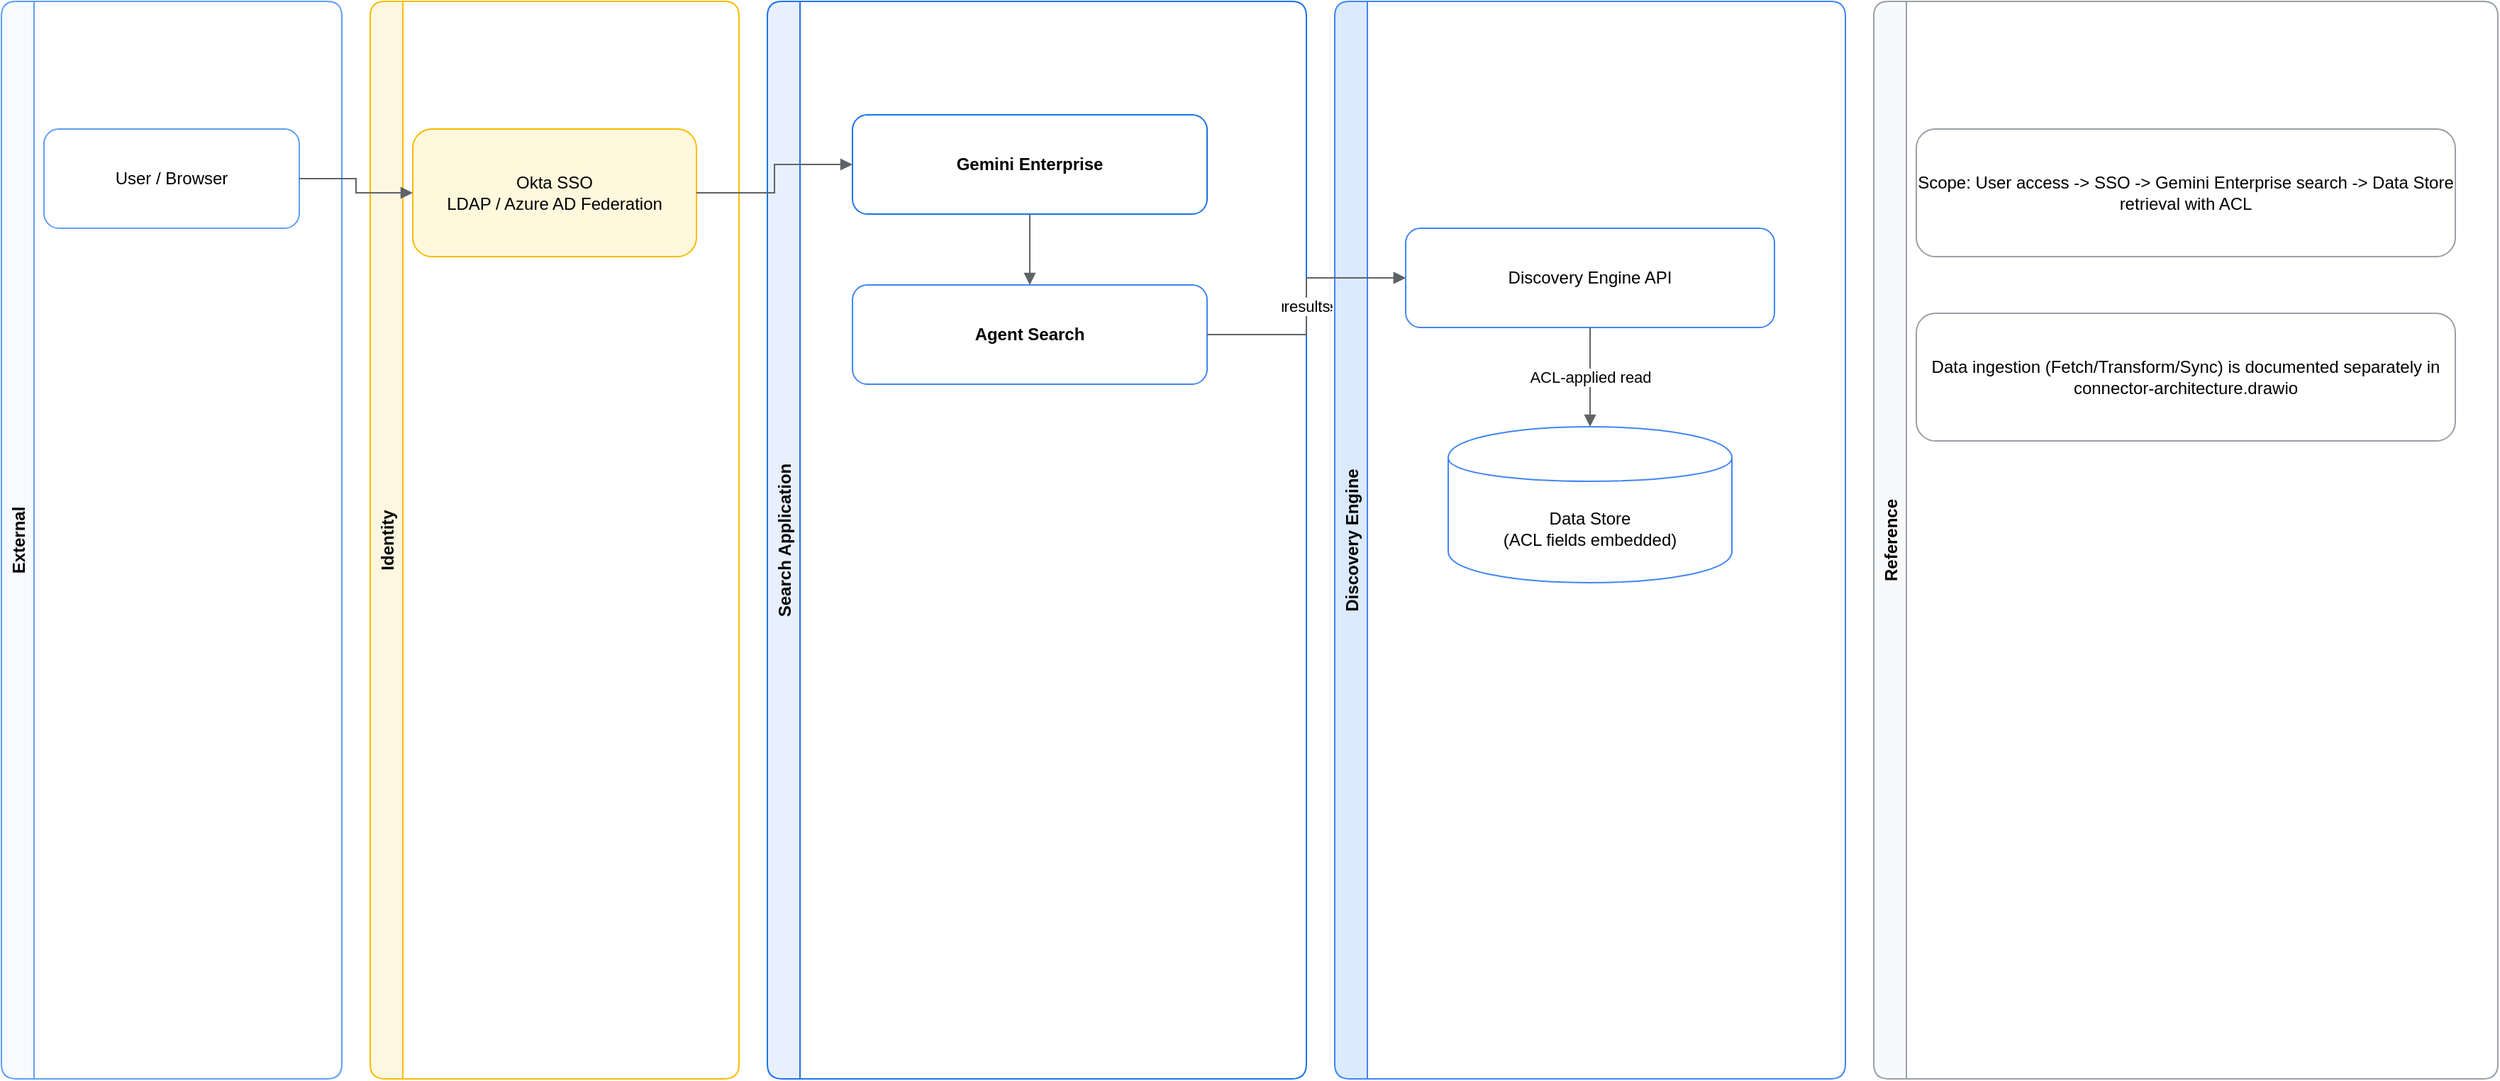
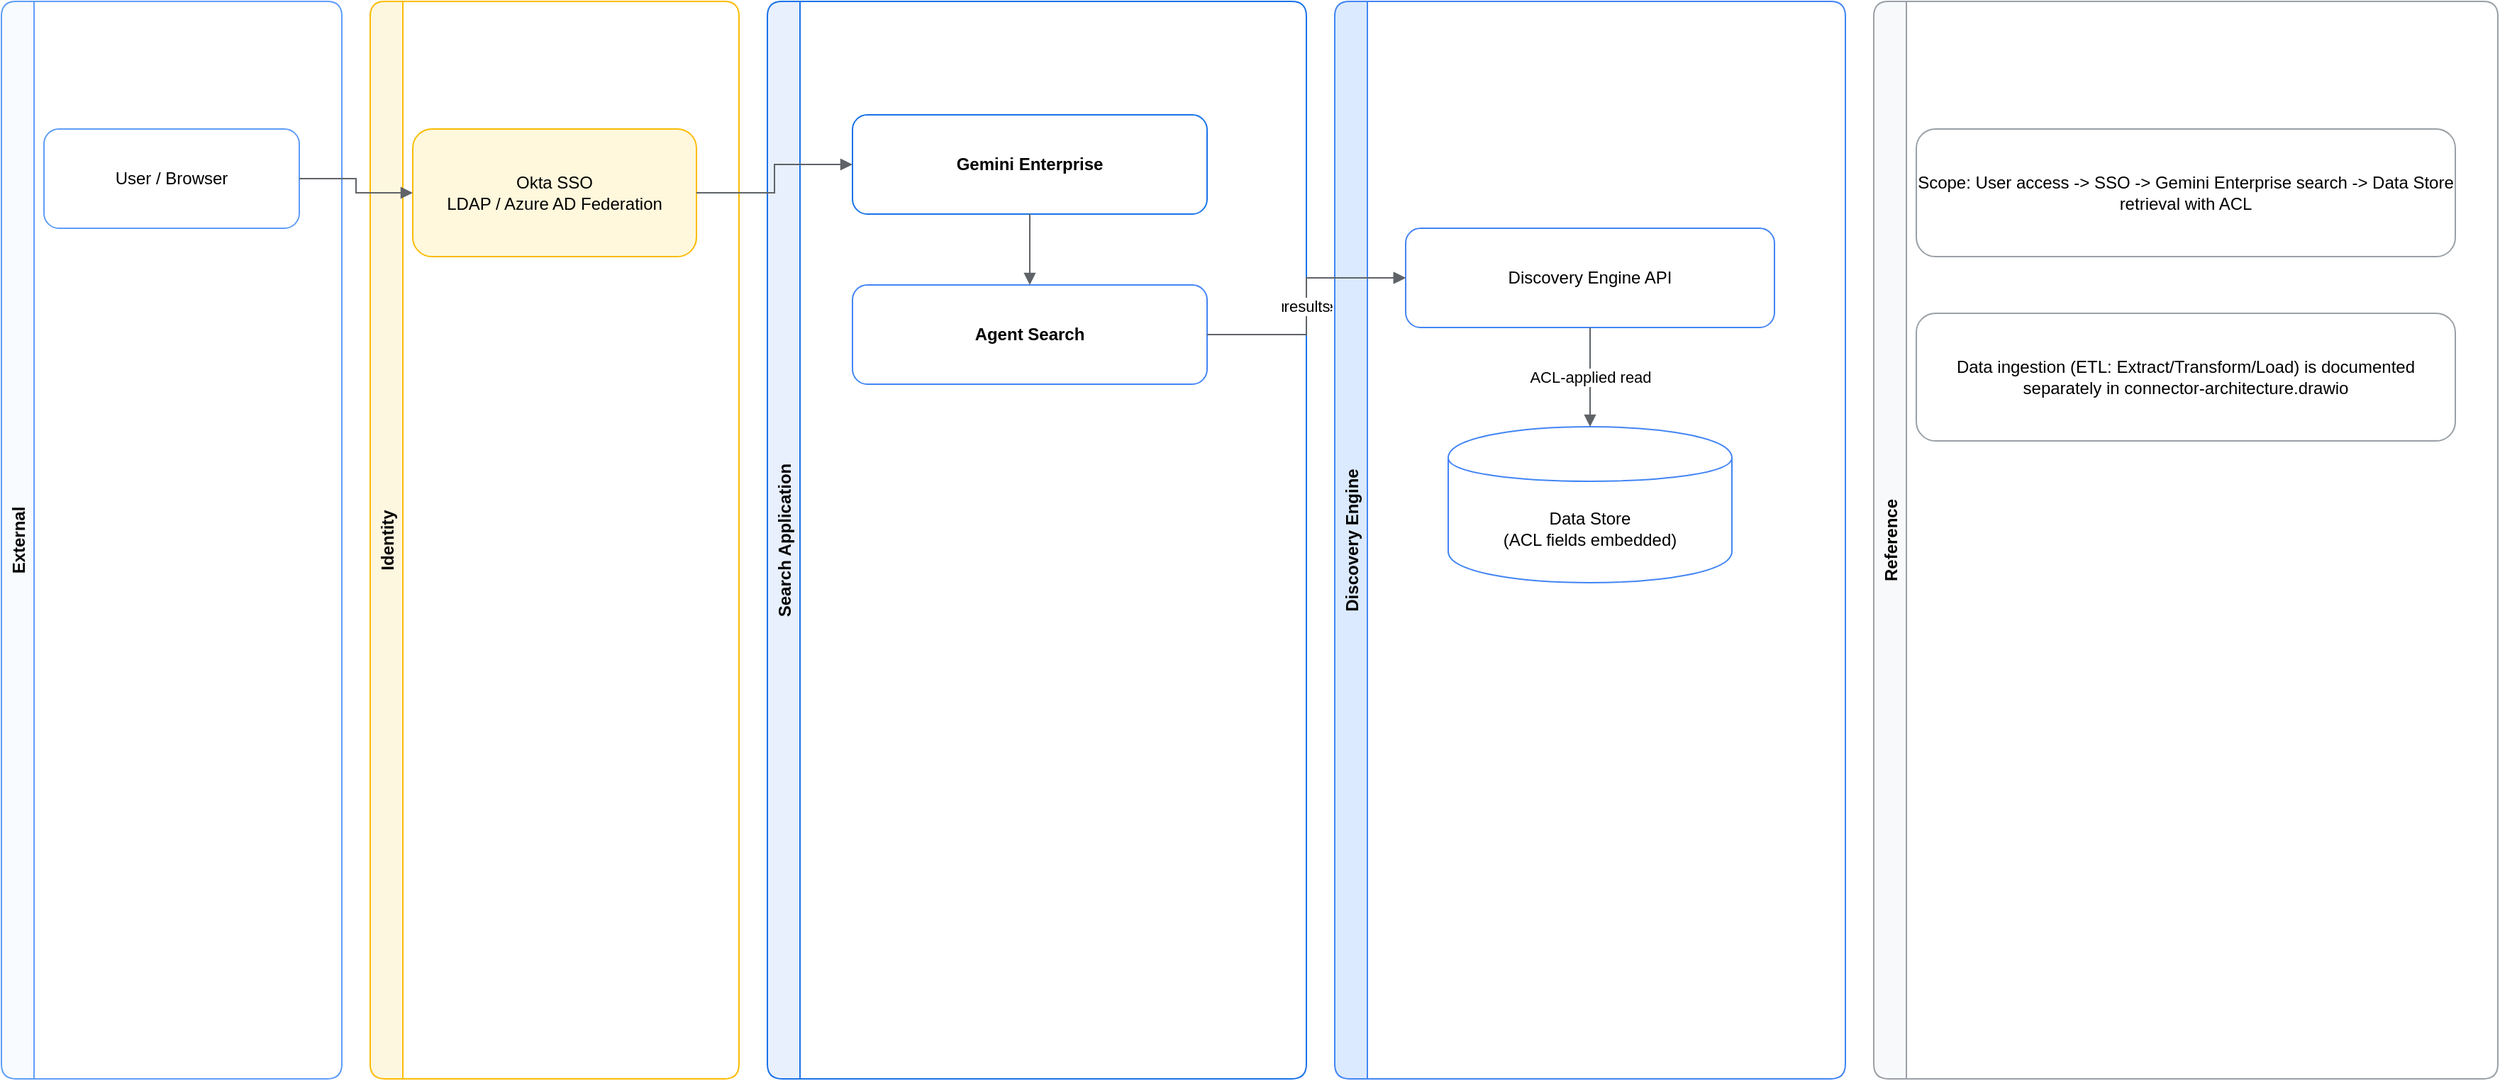
<mxfile host="app.diagrams.net" modified="2026-07-12T00:00:00.000Z" agent="Copilot" version="24.7.0" type="device">
  <diagram id="overall-arch" name="Overall Architecture">
    <mxGraphModel dx="1600" dy="1000" grid="1" gridSize="10" guides="1" tooltips="1" connect="1" arrows="1" fold="1" page="1" pageScale="1" pageWidth="1800" pageHeight="1000" math="0" shadow="0">
      <root>
        <mxCell id="0"/>
        <mxCell id="1" parent="0"/>

        <mxCell id="lane-ext" value="External" style="swimlane;horizontal=0;rounded=1;fillColor=#f8fbff;strokeColor=#5f9df7;fontStyle=1;" vertex="1" parent="1">
          <mxGeometry x="20" y="80" width="240" height="760" as="geometry"/>
        </mxCell>
        <mxCell id="lane-idp" value="Identity" style="swimlane;horizontal=0;rounded=1;fillColor=#fef7e0;strokeColor=#fbbc04;fontStyle=1;" vertex="1" parent="1">
          <mxGeometry x="280" y="80" width="260" height="760" as="geometry"/>
        </mxCell>
        <mxCell id="lane-search" value="Search Application" style="swimlane;horizontal=0;rounded=1;fillColor=#e8f0fe;strokeColor=#1a73e8;fontStyle=1;" vertex="1" parent="1">
          <mxGeometry x="560" y="80" width="380" height="760" as="geometry"/>
        </mxCell>
        <mxCell id="lane-data" value="Discovery Engine" style="swimlane;horizontal=0;rounded=1;fillColor=#dbeafe;strokeColor=#4285f4;fontStyle=1;" vertex="1" parent="1">
          <mxGeometry x="960" y="80" width="360" height="760" as="geometry"/>
        </mxCell>
        <mxCell id="lane-note" value="Reference" style="swimlane;horizontal=0;rounded=1;fillColor=#f8f9fa;strokeColor=#9aa0a6;fontStyle=1;" vertex="1" parent="1">
          <mxGeometry x="1340" y="80" width="440" height="760" as="geometry"/>
        </mxCell>

        <mxCell id="user" value="User / Browser" style="rounded=1;whiteSpace=wrap;html=1;fillColor=#ffffff;strokeColor=#5f9df7;" vertex="1" parent="1">
          <mxGeometry x="50" y="170" width="180" height="70" as="geometry"/>
        </mxCell>
        <mxCell id="okta" value="Okta SSO&#xa;LDAP / Azure AD Federation" style="rounded=1;whiteSpace=wrap;html=1;fillColor=#fff8dc;strokeColor=#fbbc04;" vertex="1" parent="1">
          <mxGeometry x="310" y="170" width="200" height="90" as="geometry"/>
        </mxCell>
        <mxCell id="gemini" value="Gemini Enterprise" style="rounded=1;whiteSpace=wrap;html=1;fillColor=#ffffff;strokeColor=#1a73e8;fontStyle=1;" vertex="1" parent="1">
          <mxGeometry x="620" y="160" width="250" height="70" as="geometry"/>
        </mxCell>
        <mxCell id="agent" value="Agent Search" style="rounded=1;whiteSpace=wrap;html=1;fillColor=#ffffff;strokeColor=#4285f4;fontStyle=1;" vertex="1" parent="1">
          <mxGeometry x="620" y="280" width="250" height="70" as="geometry"/>
        </mxCell>
        <mxCell id="deapi" value="Discovery Engine API" style="rounded=1;whiteSpace=wrap;html=1;fillColor=#ffffff;strokeColor=#4285f4;" vertex="1" parent="1">
          <mxGeometry x="1010" y="240" width="260" height="70" as="geometry"/>
        </mxCell>
        <mxCell id="datastore" value="Data Store&#xa;(ACL fields embedded)" style="shape=cylinder;whiteSpace=wrap;html=1;boundedLbl=1;fillColor=#ffffff;strokeColor=#4285f4;" vertex="1" parent="1">
          <mxGeometry x="1040" y="380" width="200" height="110" as="geometry"/>
        </mxCell>

        <mxCell id="note1" value="Scope: User access -&gt; SSO -&gt; Gemini Enterprise search -&gt; Data Store retrieval with ACL" style="rounded=1;whiteSpace=wrap;html=1;fillColor=#ffffff;strokeColor=#9aa0a6;" vertex="1" parent="1">
          <mxGeometry x="1370" y="170" width="380" height="90" as="geometry"/>
        </mxCell>
-         <mxCell id="note2" value="Data ingestion (Fetch/Transform/Sync) is documented separately in connector-architecture.drawio" style="rounded=1;whiteSpace=wrap;html=1;fillColor=#ffffff;strokeColor=#9aa0a6;" vertex="1" parent="1">
+         <mxCell id="note2" value="Data ingestion (ETL: Extract/Transform/Load) is documented separately in connector-architecture.drawio" style="rounded=1;whiteSpace=wrap;html=1;fillColor=#ffffff;strokeColor=#9aa0a6;" vertex="1" parent="1">
          <mxGeometry x="1370" y="300" width="380" height="90" as="geometry"/>
        </mxCell>

        <mxCell id="e1" style="edgeStyle=orthogonalEdgeStyle;rounded=0;orthogonalLoop=1;jettySize=auto;html=1;endArrow=block;endFill=1;strokeColor=#5f6368;" edge="1" parent="1" source="user" target="okta">
          <mxGeometry relative="1" as="geometry"/>
        </mxCell>
        <mxCell id="e2" style="edgeStyle=orthogonalEdgeStyle;rounded=0;orthogonalLoop=1;jettySize=auto;html=1;endArrow=block;endFill=1;strokeColor=#5f6368;" edge="1" parent="1" source="okta" target="gemini">
          <mxGeometry relative="1" as="geometry"/>
        </mxCell>
        <mxCell id="e3" style="edgeStyle=orthogonalEdgeStyle;rounded=0;orthogonalLoop=1;jettySize=auto;html=1;endArrow=block;endFill=1;strokeColor=#5f6368;" edge="1" parent="1" source="gemini" target="agent">
          <mxGeometry relative="1" as="geometry"/>
        </mxCell>
        <mxCell id="e4" value="retrieve" style="edgeStyle=orthogonalEdgeStyle;rounded=0;orthogonalLoop=1;jettySize=auto;html=1;endArrow=block;endFill=1;strokeColor=#5f6368;" edge="1" parent="1" source="agent" target="deapi">
          <mxGeometry relative="1" as="geometry"/>
        </mxCell>
        <mxCell id="e5" value="ACL-applied read" style="edgeStyle=orthogonalEdgeStyle;rounded=0;orthogonalLoop=1;jettySize=auto;html=1;endArrow=block;endFill=1;strokeColor=#5f6368;" edge="1" parent="1" source="deapi" target="datastore">
          <mxGeometry relative="1" as="geometry"/>
        </mxCell>
        <mxCell id="e6" value="results" style="edgeStyle=orthogonalEdgeStyle;rounded=0;orthogonalLoop=1;jettySize=auto;html=1;startArrow=block;startFill=1;endArrow=none;strokeColor=#5f6368;" edge="1" parent="1" source="deapi" target="agent">
          <mxGeometry relative="1" as="geometry"/>
        </mxCell>
      </root>
    </mxGraphModel>
  </diagram>
</mxfile>
